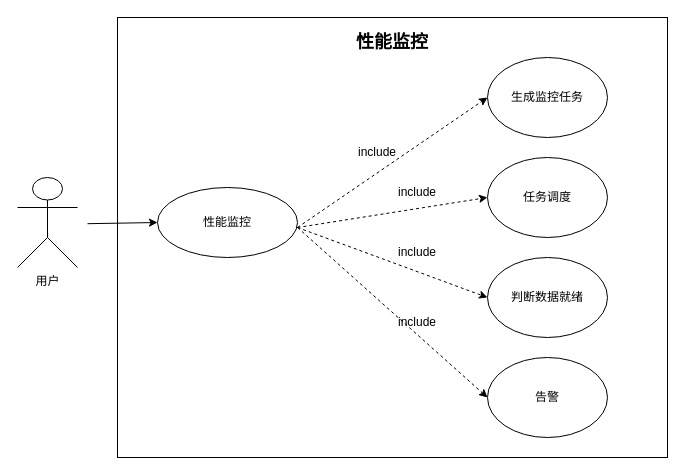
The draw.io diagram 1.5.drawio in tiankuanyu/test, before the edit. Source tidied: cells renumbered, new cells numbered last; positions are measured from the earlier drawing's top-left corner, leaving out a move shared by most shapes. Both pictures are drawn from the tidied source at 100%, with x=0, y=0 at pixel (17, 17).
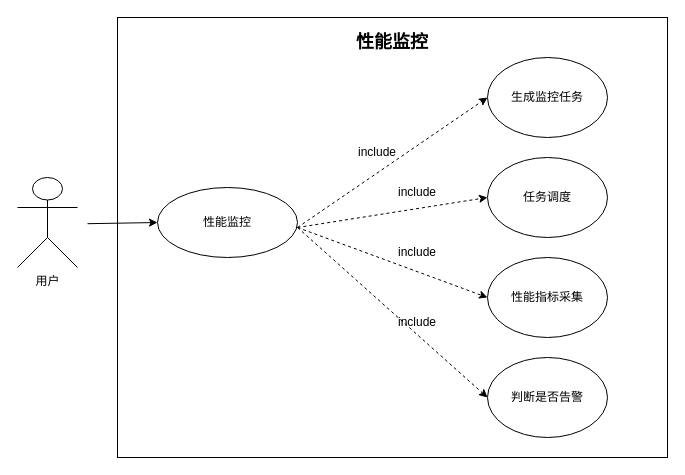
After the change.

Diff of the diagram source:
```diff
@@
-    <mxCell id="8" value="判断数据就绪" style="ellipse;whiteSpace=wrap;html=1;" parent="1" vertex="1">
+    <mxCell id="8" value="性能指标采集" style="ellipse;whiteSpace=wrap;html=1;" parent="1" vertex="1">
       <mxGeometry x="470" y="240" width="120" height="80" as="geometry" />
     </mxCell>
-    <mxCell id="9" value="告警" style="ellipse;whiteSpace=wrap;html=1;" parent="1" vertex="1">
+    <mxCell id="9" value="判断是否告警" style="ellipse;whiteSpace=wrap;html=1;" parent="1" vertex="1">
       <mxGeometry x="470" y="340" width="120" height="80" as="geometry" />
     </mxCell>
```
